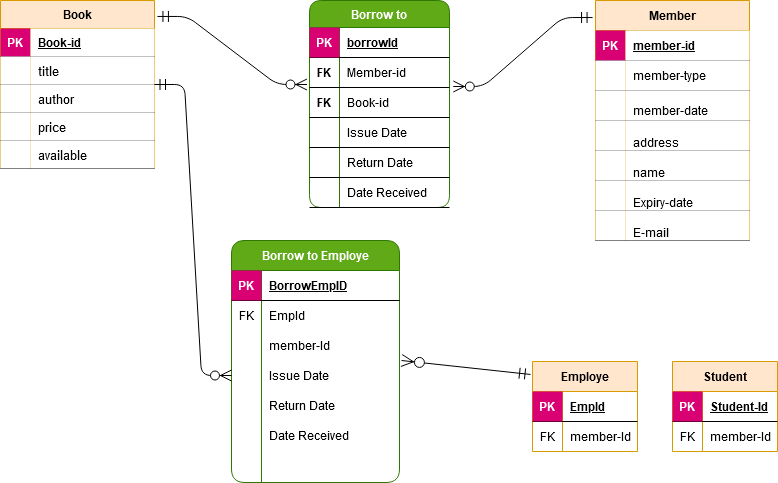
This is library ERD.png from shahin-servati/card-with-Redux, a draw.io export, as it was before one commit. Source tidied: cells renumbered, new cells last; positions are measured from the earlier drawing's top-left corner, leaving out a move shared by most shapes.
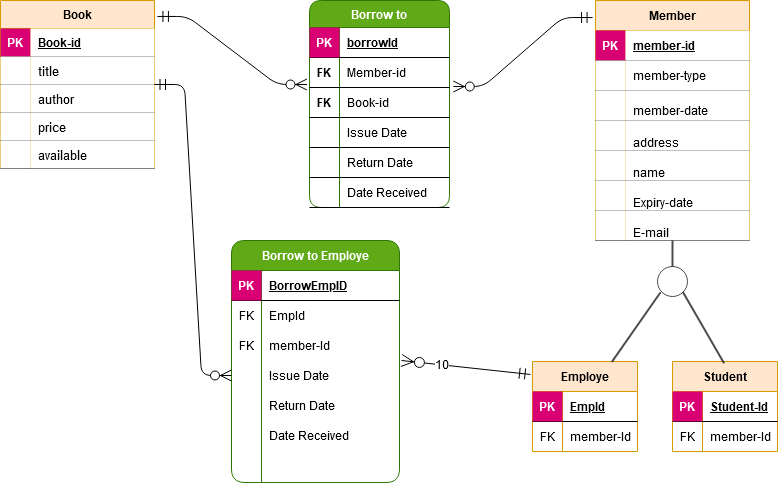
The same diagram one commit later.

What changed in the source:
```diff
@@ -245,7 +245,7 @@
     <mxCell id="82" style="shape=partialRectangle;fillColor=none;top=0;left=0;bottom=0;right=0;" parent="75" vertex="1">
       <mxGeometry y="90" width="168" height="30" as="geometry" />
     </mxCell>
-    <mxCell id="83" style="shape=partialRectangle;fillColor=none;top=0;left=0;bottom=0;right=0;overflow=hidden;" parent="82" vertex="1">
+    <mxCell id="83" value="FK" style="shape=partialRectangle;fillColor=none;top=0;left=0;bottom=0;right=0;overflow=hidden;" parent="82" vertex="1">
       <mxGeometry width="30" height="30" as="geometry" />
     </mxCell>
     <mxCell id="84" value="member-Id" style="shape=partialRectangle;fillColor=none;top=0;left=0;bottom=0;right=0;align=left;spacingLeft=6;overflow=hidden;" parent="82" vertex="1">
@@ -281,8 +281,20 @@
     <mxCell id="94" style="edgeStyle=entityRelationEdgeStyle;fontSize=12;html=1;endArrow=ERzeroToMany;startArrow=ERmandOne;entryX=0;entryY=0.5;entryDx=0;entryDy=0;exitX=1;exitY=0.5;exitDx=0;exitDy=0;endSize=9;startSize=9;" parent="1" edge="1" source="2" target="85">
       <mxGeometry relative="1" as="geometry" />
     </mxCell>
-    <mxCell id="95" style="fontSize=12;html=1;endArrow=ERzeroToMany;startArrow=ERmandOne;entryX=1.012;entryY=0;entryDx=0;entryDy=0;entryPerimeter=0;exitX=-0.019;exitY=0.144;exitDx=0;exitDy=0;exitPerimeter=0;endSize=10;startSize=9;" parent="1" edge="1" source="61" target="85">
-      <mxGeometry relative="1" as="geometry" />
+    <mxCell id="95" value="10" style="fontSize=12;html=1;endArrow=ERzeroToMany;startArrow=ERmandOne;entryX=1.012;entryY=0;entryDx=0;entryDy=0;entryPerimeter=0;exitX=-0.019;exitY=0.144;exitDx=0;exitDy=0;exitPerimeter=0;endSize=10;startSize=9;" parent="1" edge="1" source="61" target="85">
+      <mxGeometry x="0.38" relative="1" as="geometry" />
     </mxCell>
+    <mxCell id="96" style="line;strokeWidth=2;direction=south;html=1;rounded=1;sketch=0;fillColor=none;opacity=70;" parent="1" vertex="1">
+      <mxGeometry x="667" y="240" width="10" height="26" as="geometry" />
+    </mxCell>
+    <mxCell id="97" style="line;strokeWidth=2;direction=south;html=1;rounded=1;sketch=0;fillColor=none;opacity=70;rotation=35;" parent="1" vertex="1">
+      <mxGeometry x="630.7" y="284.1" width="10" height="84.9" as="geometry" />
+    </mxCell>
+    <mxCell id="98" style="line;strokeWidth=2;direction=south;html=1;rounded=1;sketch=0;fillColor=none;opacity=70;rotation=150;" parent="1" vertex="1">
+      <mxGeometry x="697.9" y="285.7" width="10" height="82.6" as="geometry" />
+    </mxCell>
+    <mxCell id="99" style="ellipse;fillColor=#ffffff;strokeColor=#000000;rounded=1;sketch=0;opacity=70;" parent="1" vertex="1">
+      <mxGeometry x="657" y="266" width="30" height="30" as="geometry" />
+    </mxCell>
   </root>
 </mxGraphModel>
```
